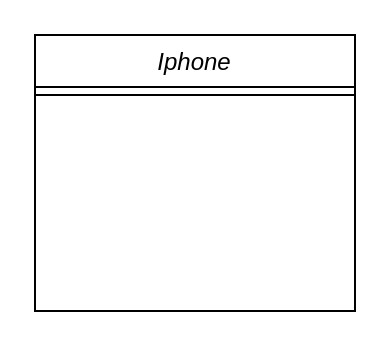
Before: Desafio de Projeto/src/Iphone/Diagrama sem nome.drawio in KayllaneGPina/formacao-java-developer, a draw.io diagram. Source tidied: cells renumbered, new cells numbered last; positions are measured from the earlier drawing's top-left corner, leaving out a move shared by most shapes. Both pictures are drawn from the tidied source at 200%, with x=0, y=0 at pixel (34, 34).
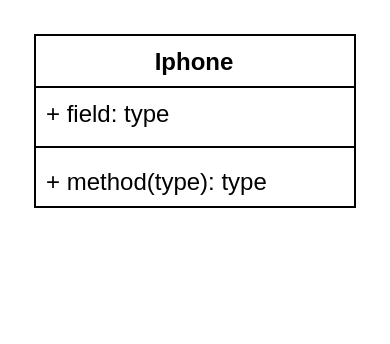
Above is the later version.

Change to the diagram source:
```diff
@@
 <mxGraphModel>
   <root>
     <mxCell id="0" />
     <mxCell id="1" parent="0" />
-    <mxCell id="2" value="Iphone" style="swimlane;fontStyle=2;align=center;verticalAlign=top;horizontal=1;startSize=26;rounded=0;shadow=0;strokeWidth=1;" parent="1" vertex="1">
-      <mxGeometry width="160" height="138" as="geometry" />
+    <mxCell id="2" value="Iphone" style="swimlane;fontStyle=1;align=center;verticalAlign=top;horizontal=1;startSize=26;whiteSpace=wrap;html=1;" parent="1" vertex="1">
+      <mxGeometry width="160" height="86" as="geometry" />
     </mxCell>
-    <mxCell id="3" style="line;html=1;strokeWidth=1;align=left;verticalAlign=middle;spacingTop=-1;spacingLeft=3;spacingRight=3;labelPosition=right;" parent="2" vertex="1">
-      <mxGeometry y="26" width="160" height="8" as="geometry" />
-    </mxCell>
+    <mxCell id="4" value="+ field: type" style="text;strokeColor=none;fillColor=none;align=left;verticalAlign=top;spacingLeft=4;spacingRight=4;overflow=hidden;whiteSpace=wrap;html=1;" parent="2" vertex="1">
+      <mxGeometry y="26" width="160" height="26" as="geometry" />
+    </mxCell>
+    <mxCell id="5" style="line;strokeWidth=1;fillColor=none;align=left;verticalAlign=middle;spacingTop=-1;spacingLeft=3;spacingRight=3;labelPosition=right;strokeColor=inherit;" parent="2" vertex="1">
+      <mxGeometry y="52" width="160" height="8" as="geometry" />
+    </mxCell>
+    <mxCell id="6" value="+ method(type): type" style="text;strokeColor=none;fillColor=none;align=left;verticalAlign=top;spacingLeft=4;spacingRight=4;overflow=hidden;whiteSpace=wrap;html=1;" parent="2" vertex="1">
+      <mxGeometry y="60" width="160" height="26" as="geometry" />
+    </mxCell>
   </root>
 </mxGraphModel>
```
